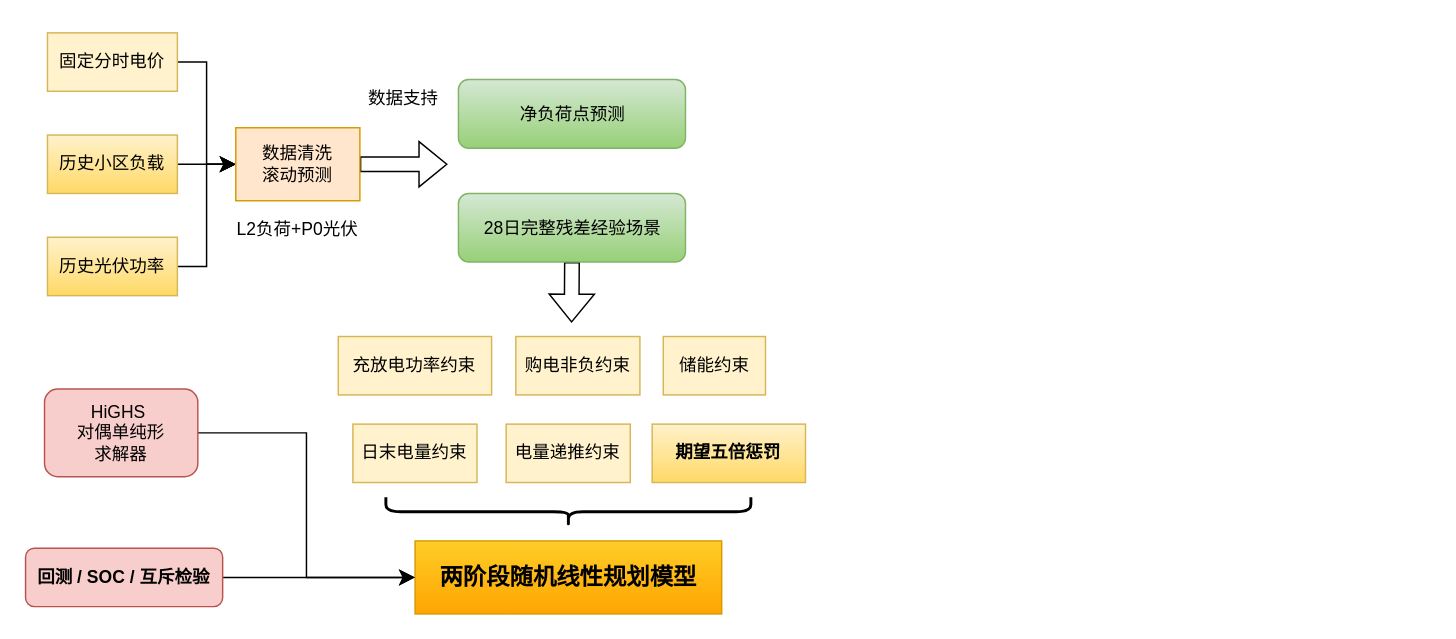
xinlanzi/Induisal-design keeps this draw.io diagram as page "第 2 页" (2 of 4) of 国赛绘图.drawio. Above is the earlier version. Source tidied: cells renumbered, new cells numbered last; positions are measured from the earlier drawing's top-left corner, leaving out a move shared by most shapes. Both pictures are drawn from the tidied source at 146%, with x=0, y=0 at pixel (25, 32).
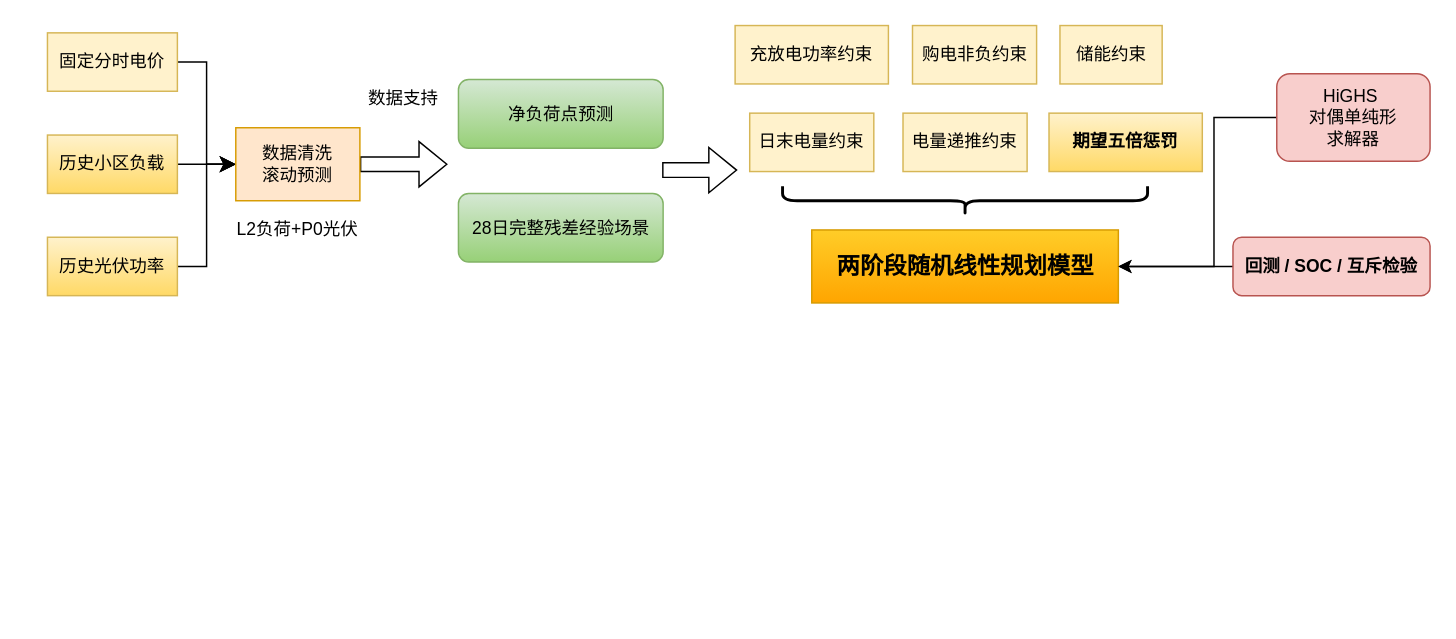
Above is the later version.

The edit, as a diff of the source:
```diff
@@
     <mxCell id="10" value="&lt;b&gt;期望五倍惩罚&lt;/b&gt;" style="rounded=0;whiteSpace=wrap;html=1;fillColor=#fff2cc;strokeColor=#d6b656;gradientColor=#ffd966;" parent="1" vertex="1">
-      <mxGeometry x="429.2" y="268" width="105" height="40" as="geometry" />
+      <mxGeometry x="701" y="55" width="105" height="40" as="geometry" />
     </mxCell>
     <mxCell id="11" value="电量递推约束" style="rounded=0;whiteSpace=wrap;html=1;fillColor=#fff2cc;strokeColor=#d6b656;" parent="1" vertex="1">
-      <mxGeometry x="329.2" y="268" width="85" height="40" as="geometry" />
+      <mxGeometry x="601" y="55" width="85" height="40" as="geometry" />
     </mxCell>
     <mxCell id="12" value="储能约束" style="rounded=0;whiteSpace=wrap;html=1;fillColor=#fff2cc;strokeColor=#d6b656;" parent="1" vertex="1">
-      <mxGeometry x="436.8" y="208" width="70" height="40" as="geometry" />
+      <mxGeometry x="708.5" y="-5" width="70" height="40" as="geometry" />
     </mxCell>
     <mxCell id="13" value="日末电量约束" style="rounded=0;whiteSpace=wrap;html=1;fillColor=#fff2cc;strokeColor=#d6b656;" parent="1" vertex="1">
-      <mxGeometry x="224.2" y="268" width="85" height="40" as="geometry" />
+      <mxGeometry x="496" y="55" width="85" height="40" as="geometry" />
     </mxCell>
     <mxCell id="14" value="充放电功率约束" style="rounded=0;whiteSpace=wrap;html=1;fillColor=#fff2cc;strokeColor=#d6b656;" parent="1" vertex="1">
-      <mxGeometry x="214.2" y="208" width="105" height="40" as="geometry" />
+      <mxGeometry x="486" y="-5" width="105" height="40" as="geometry" />
     </mxCell>
     <mxCell id="15" value="购电非负约束" style="rounded=0;whiteSpace=wrap;html=1;fillColor=#fff2cc;strokeColor=#d6b656;" parent="1" vertex="1">
-      <mxGeometry x="335.8" y="208" width="85" height="40" as="geometry" />
+      <mxGeometry x="607.5" y="-5" width="85" height="40" as="geometry" />
     </mxCell>
     <mxCell id="16" style="shape=curlyBracket;whiteSpace=wrap;html=1;rounded=1;flipH=1;labelPosition=right;verticalLabelPosition=middle;align=left;verticalAlign=middle;legacyAnchorPoints=0;strokeWidth=2;rotation=90;" parent="1" vertex="1">
-      <mxGeometry x="361.8" y="203" width="20" height="250" as="geometry" />
+      <mxGeometry x="633.5" y="-10" width="20" height="250" as="geometry" />
     </mxCell>
     <mxCell id="17" value="&lt;b&gt;&lt;font style=&quot;font-size: 16px;&quot;&gt;两阶段随机线性规划模型&lt;/font&gt;&lt;/b&gt;" style="rounded=0;whiteSpace=wrap;html=1;fillColor=#ffcd28;strokeColor=#d79b00;gradientColor=#ffa500;" parent="1" vertex="1">
-      <mxGeometry x="266.8" y="348" width="210" height="50" as="geometry" />
+      <mxGeometry x="538.5" y="135" width="210" height="50" as="geometry" />
     </mxCell>
@@
-    <mxCell id="19" style="edgeStyle=orthogonalEdgeStyle;rounded=0;jettySize=auto;html=1;exitX=1;exitY=0.5;exitDx=0;exitDy=0;entryX=0;entryY=0.5;entryDx=0;entryDy=0;fontSize=12;startSize=8;endSize=8;" parent="1" edge="1" source="20" target="17">
-      <mxGeometry relative="1" as="geometry" />
+    <mxCell id="19" style="edgeStyle=orthogonalEdgeStyle;rounded=0;jettySize=auto;html=1;exitX=0;exitY=0.5;exitDx=0;exitDy=0;entryX=1;entryY=0.5;entryDx=0;entryDy=0;" parent="1" edge="1" source="20" target="17">
+      <mxGeometry relative="1" as="geometry">
+        <Array as="points">
+          <mxPoint x="814" y="58" />
+          <mxPoint x="814" y="160" />
+        </Array>
+      </mxGeometry>
     </mxCell>
     <mxCell id="20" value="HiGHS&amp;nbsp;&lt;div&gt;对偶单纯形&lt;/div&gt;&lt;div&gt;求解器&lt;/div&gt;" style="rounded=1;whiteSpace=wrap;html=1;fillColor=#f8cecc;strokeColor=#b85450;" parent="1" vertex="1">
-      <mxGeometry x="13" y="244" width="105" height="60" as="geometry" />
+      <mxGeometry x="857" y="28" width="105" height="60" as="geometry" />
     </mxCell>
@@
     <mxCell id="22" value="净负荷点预测" style="rounded=1;whiteSpace=wrap;html=1;fillColor=#d5e8d4;strokeColor=#82b366;gradientColor=#97d077;" parent="1" vertex="1">
-      <mxGeometry x="296.5" y="32" width="155.5" height="47" as="geometry" />
+      <mxGeometry x="296.5" y="32" width="140.2" height="47" as="geometry" />
     </mxCell>
-    <mxCell id="23" style="edgeStyle=none;curved=1;rounded=0;jettySize=auto;html=1;exitX=0.5;exitY=1;exitDx=0;exitDy=0;fontSize=12;shape=flexArrow;" parent="1" edge="1" source="24">
+    <mxCell id="23" style="edgeStyle=none;curved=1;rounded=0;orthogonalLoop=1;jettySize=auto;html=1;fontSize=12;shape=flexArrow;" parent="1" edge="1">
       <mxGeometry relative="1" as="geometry">
-        <mxPoint x="374" y="198.5" as="targetPoint" />
+        <mxPoint x="436" y="94" as="sourcePoint" />
+        <mxPoint x="487.5" y="94" as="targetPoint" />
       </mxGeometry>
     </mxCell>
     <mxCell id="24" value="&lt;p&gt;28日完整残差经验场景&lt;/p&gt;" style="rounded=1;whiteSpace=wrap;html=1;fillColor=#d5e8d4;strokeColor=#82b366;gradientColor=#97d077;" parent="1" vertex="1">
-      <mxGeometry x="296.5" y="110" width="155.5" height="47" as="geometry" />
+      <mxGeometry x="296.5" y="110" width="140.2" height="47" as="geometry" />
     </mxCell>
-    <mxCell id="25" style="edgeStyle=none;curved=1;rounded=0;jettySize=auto;html=1;exitX=1;exitY=0.5;exitDx=0;exitDy=0;entryX=0;entryY=0.5;entryDx=0;entryDy=0;fontSize=12;startSize=8;endSize=8;" parent="1" edge="1" source="26" target="17">
+    <mxCell id="25" style="edgeStyle=orthogonalEdgeStyle;rounded=0;jettySize=auto;html=1;exitX=0;exitY=0.5;exitDx=0;exitDy=0;entryX=1;entryY=0.5;entryDx=0;entryDy=0;" parent="1" edge="1" source="26" target="17">
       <mxGeometry relative="1" as="geometry" />
     </mxCell>
     <mxCell id="26" value="&lt;p&gt;&lt;strong&gt;回测 / SOC / 互斥检验&lt;/strong&gt;&lt;/p&gt;" style="rounded=1;whiteSpace=wrap;html=1;fillColor=#f8cecc;strokeColor=#b85450;" parent="1" vertex="1">
-      <mxGeometry y="353" width="135" height="40" as="geometry" />
+      <mxGeometry x="827" y="140" width="135" height="40" as="geometry" />
     </mxCell>
```
